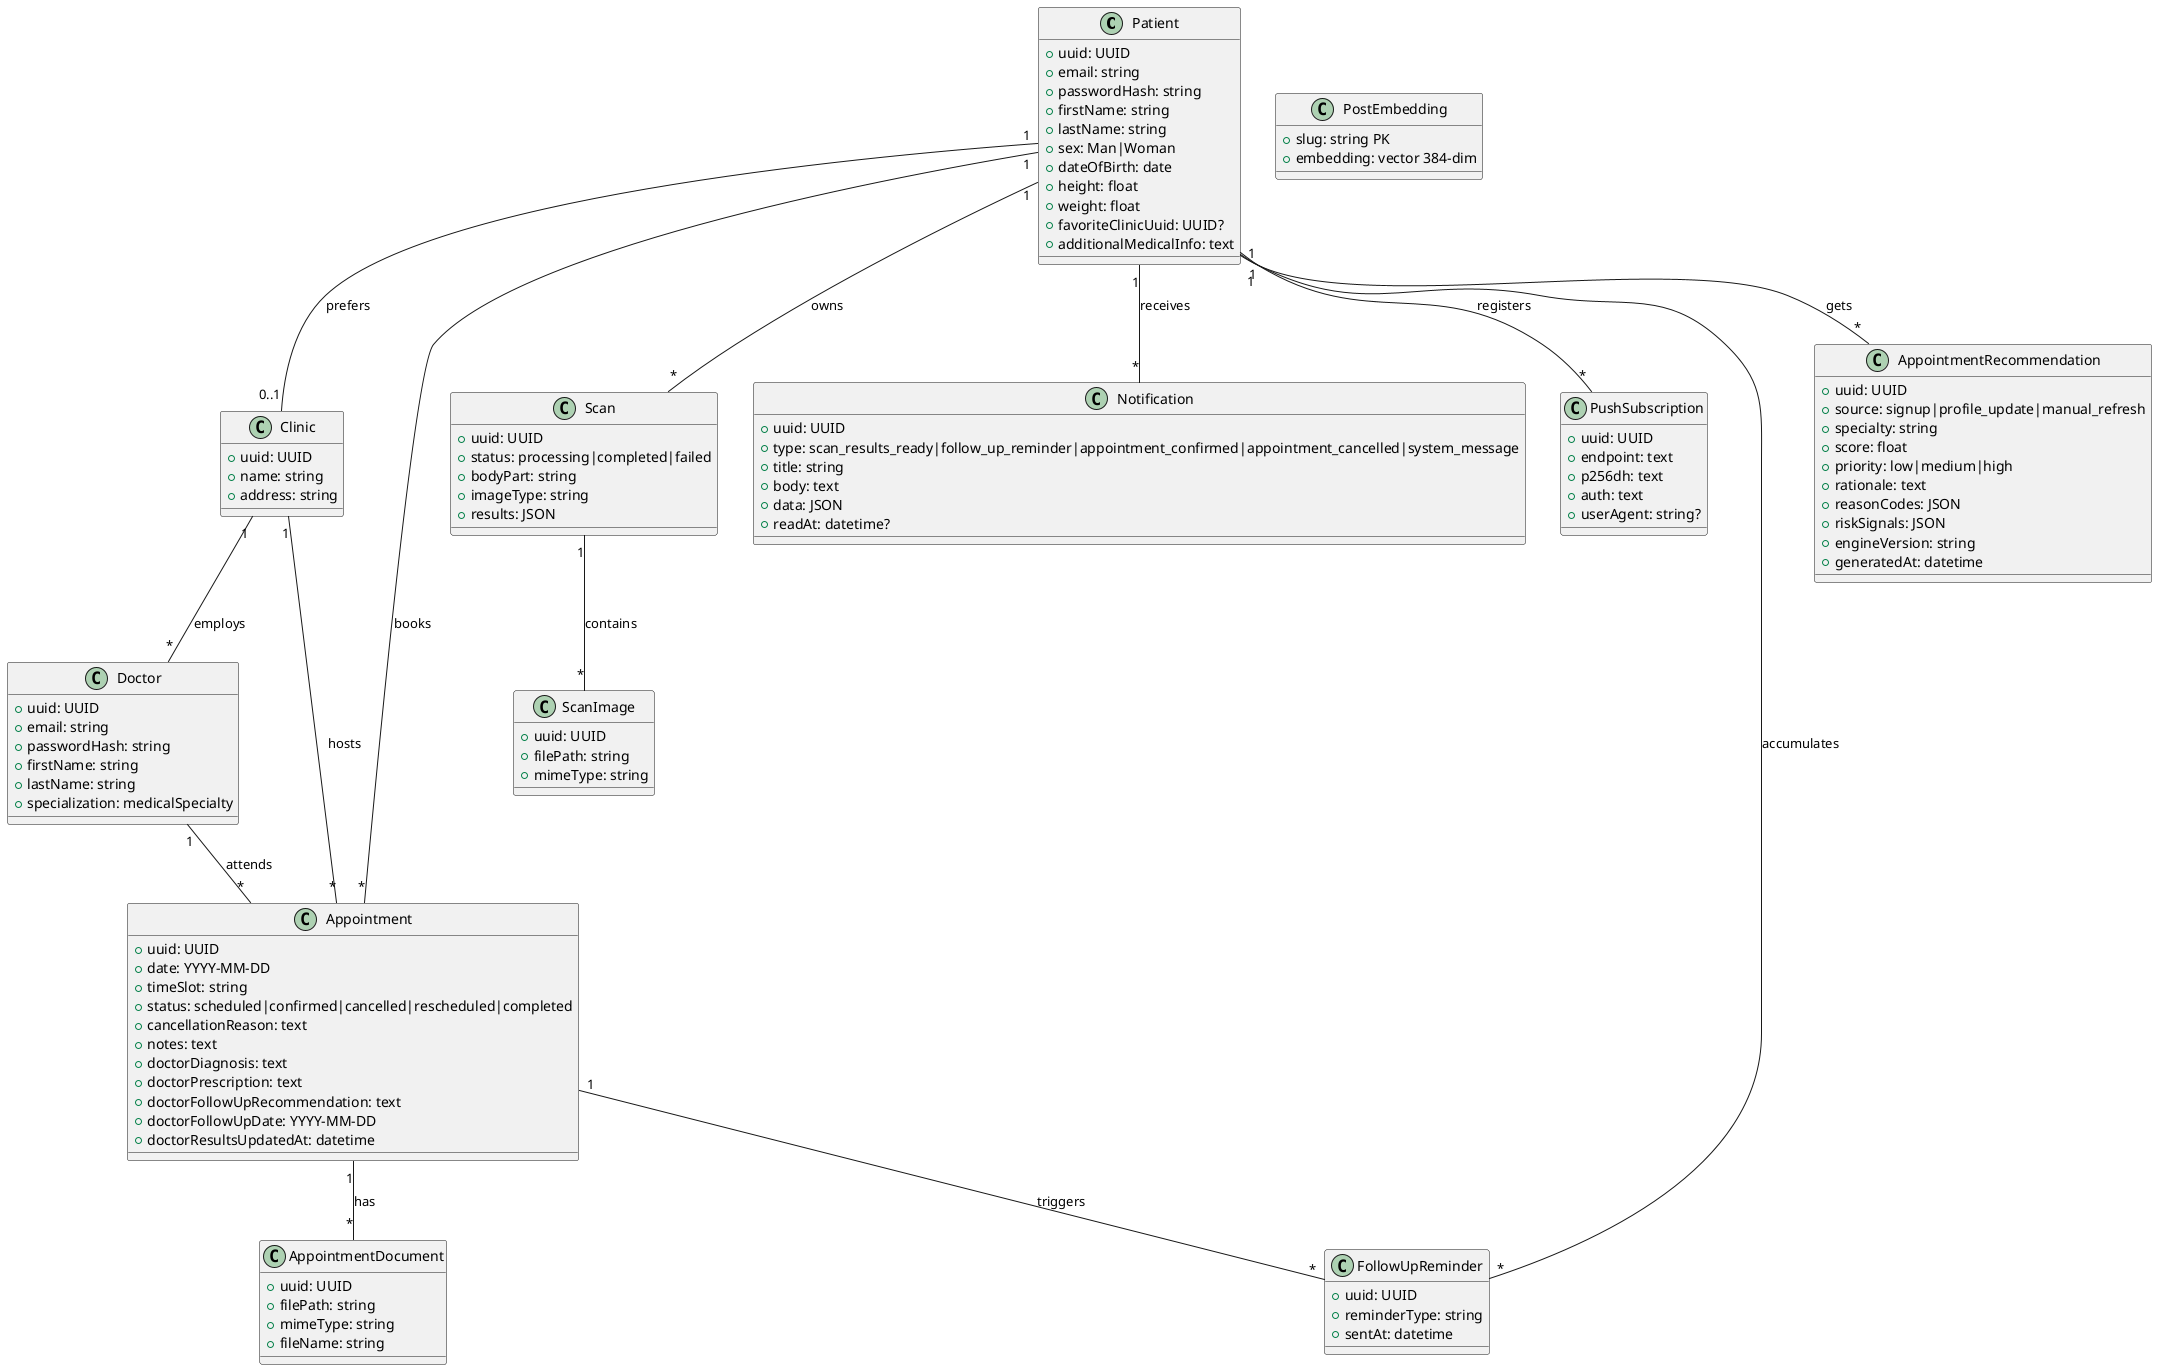
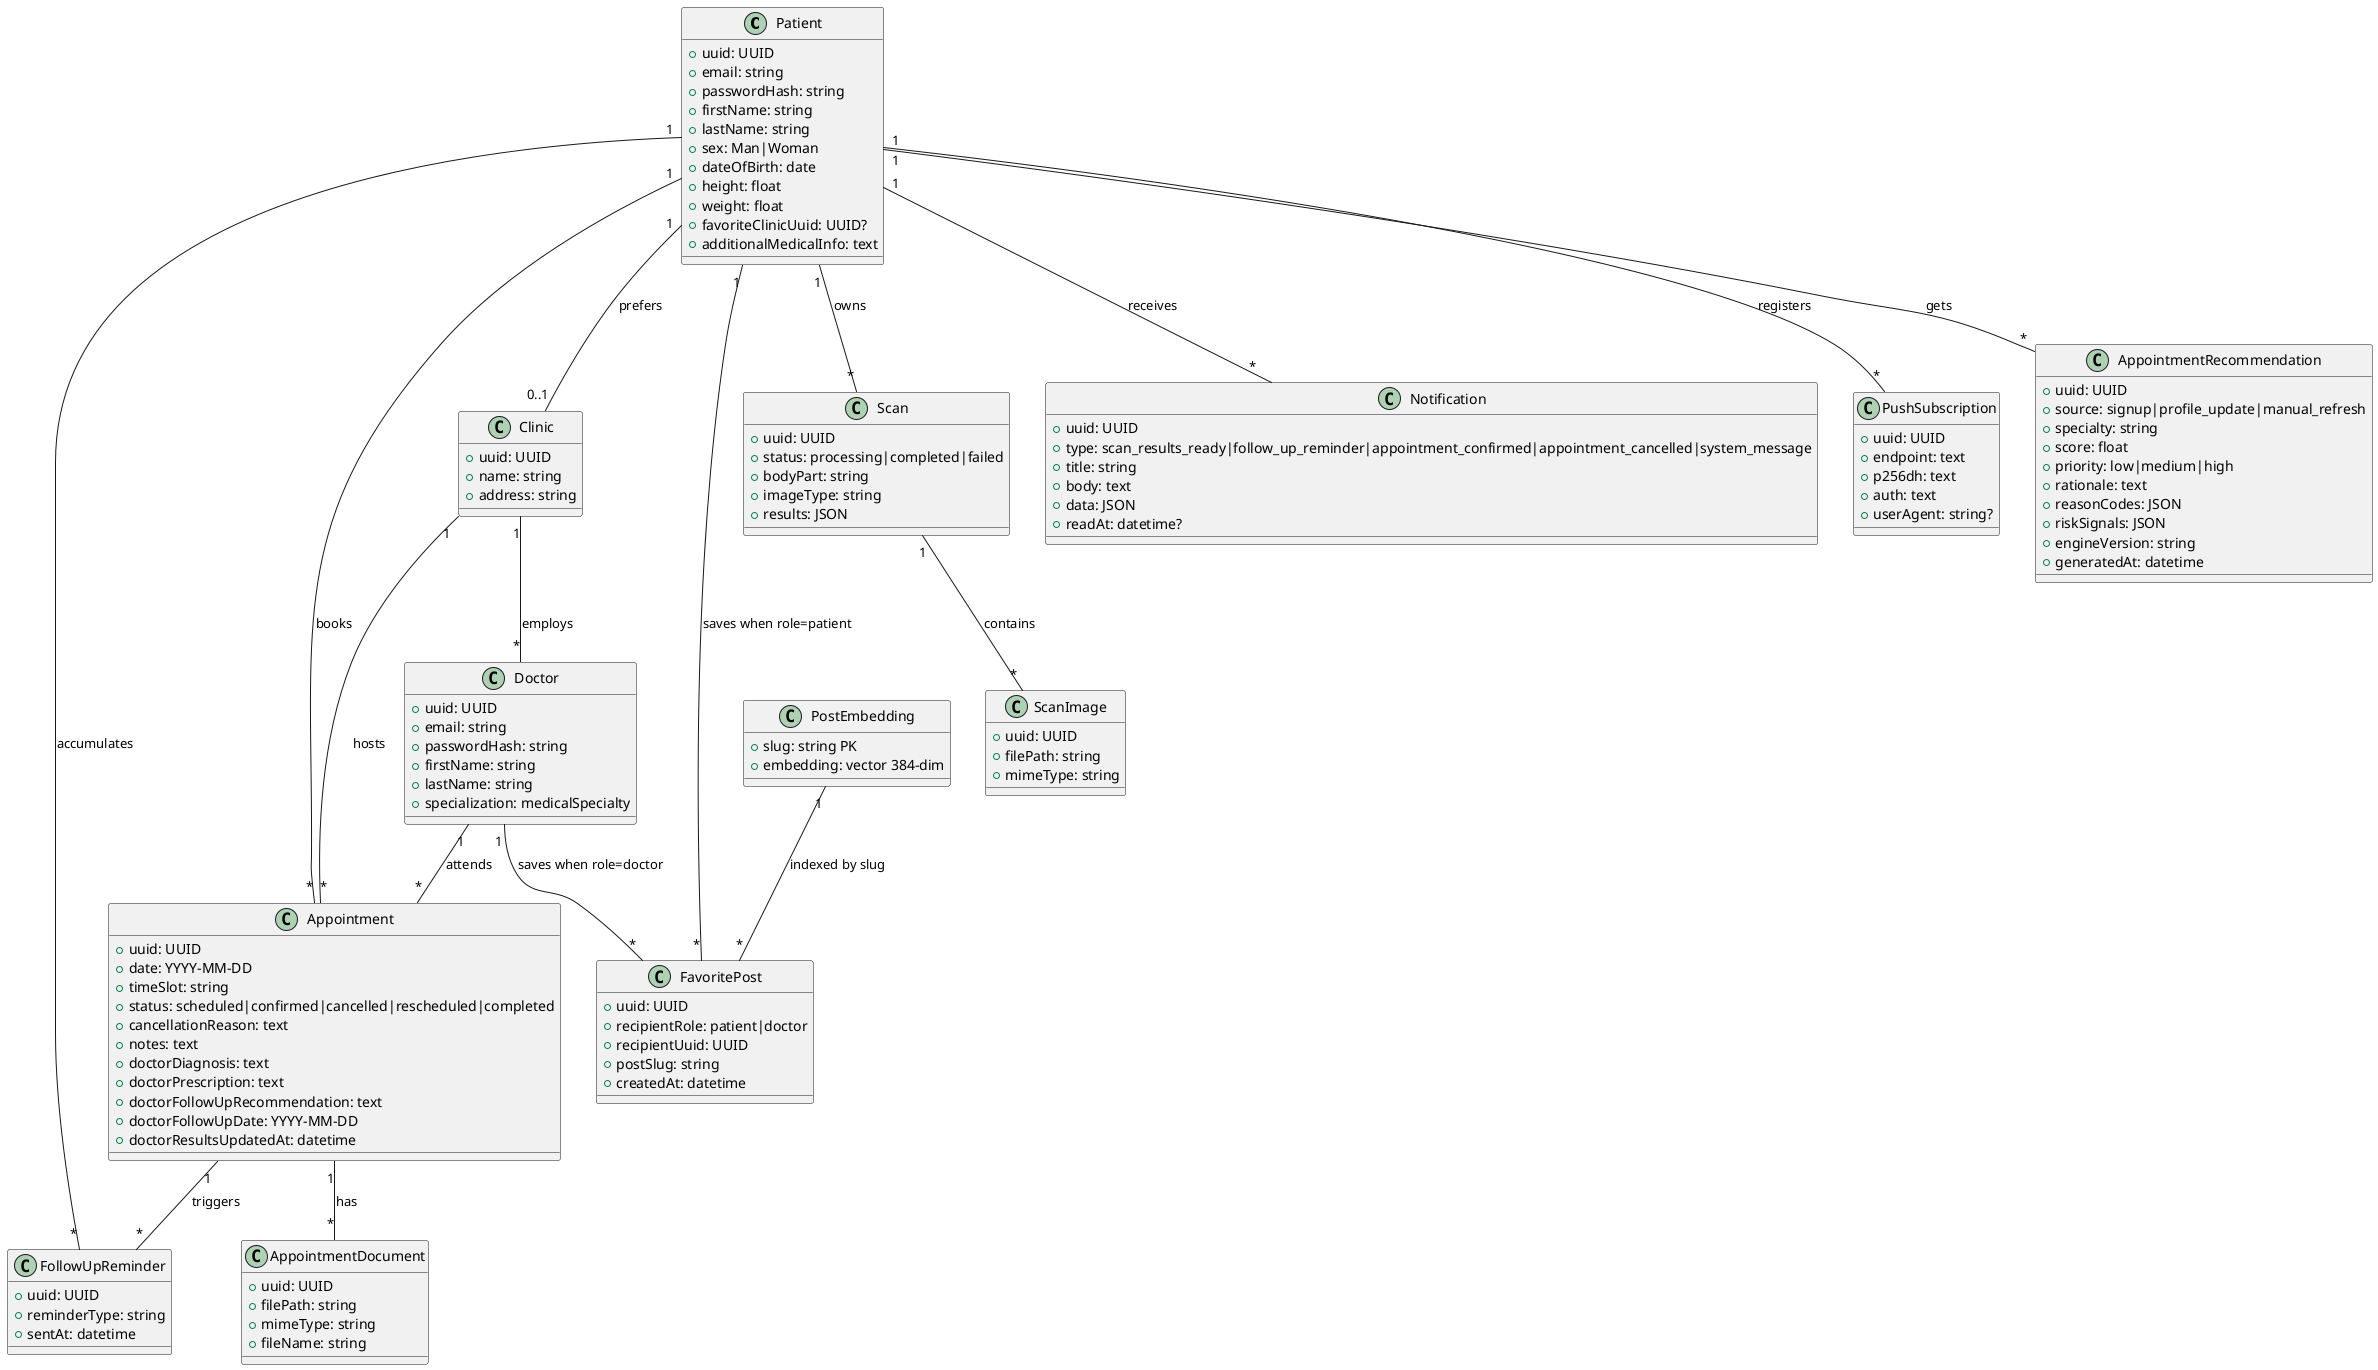
@startuml
class Patient {
  +uuid: UUID
  +email: string
  +passwordHash: string
  +firstName: string
  +lastName: string
  +sex: Man|Woman
  +dateOfBirth: date
  +height: float
  +weight: float
  +favoriteClinicUuid: UUID?
  +additionalMedicalInfo: text
}

class Doctor {
  +uuid: UUID
  +email: string
  +passwordHash: string
  +firstName: string
  +lastName: string
  +specialization: medicalSpecialty
}

class Clinic {
  +uuid: UUID
  +name: string
  +address: string
}

class Appointment {
  +uuid: UUID
  +date: YYYY-MM-DD
  +timeSlot: string
  +status: scheduled|confirmed|cancelled|rescheduled|completed
  +cancellationReason: text
  +notes: text
  +doctorDiagnosis: text
  +doctorPrescription: text
  +doctorFollowUpRecommendation: text
  +doctorFollowUpDate: YYYY-MM-DD
  +doctorResultsUpdatedAt: datetime
}

class AppointmentDocument {
  +uuid: UUID
  +filePath: string
  +mimeType: string
  +fileName: string
}

class Scan {
  +uuid: UUID
  +status: processing|completed|failed
  +bodyPart: string
  +imageType: string
  +results: JSON
}

class ScanImage {
  +uuid: UUID
  +filePath: string
  +mimeType: string
}

class Notification {
  +uuid: UUID
  +type: scan_results_ready|follow_up_reminder|appointment_confirmed|appointment_cancelled|system_message
  +title: string
  +body: text
  +data: JSON
  +readAt: datetime?
}

class PushSubscription {
  +uuid: UUID
  +endpoint: text
  +p256dh: text
  +auth: text
  +userAgent: string?
}

class FollowUpReminder {
  +uuid: UUID
  +reminderType: string
  +sentAt: datetime
}

class AppointmentRecommendation {
  +uuid: UUID
  +source: signup|profile_update|manual_refresh
  +specialty: string
  +score: float
  +priority: low|medium|high
  +rationale: text
  +reasonCodes: JSON
  +riskSignals: JSON
  +engineVersion: string
  +generatedAt: datetime
}

class PostEmbedding {
  +slug: string PK
  +embedding: vector 384-dim
}

+ class FavoritePost {
+   +uuid: UUID
+   +recipientRole: patient|doctor
+   +recipientUuid: UUID
+   +postSlug: string
+   +createdAt: datetime
+ }
+ 
Clinic "1" -- "*" Doctor : employs
Clinic "1" -- "*" Appointment : hosts
Patient "1" -- "0..1" Clinic : prefers
Patient "1" -- "*" Appointment : books
Doctor "1" -- "*" Appointment : attends
Appointment "1" -- "*" AppointmentDocument : has
Patient "1" -- "*" Scan : owns
Scan "1" -- "*" ScanImage : contains
Patient "1" -- "*" Notification : receives
Patient "1" -- "*" PushSubscription : registers
Patient "1" -- "*" FollowUpReminder : accumulates
Appointment "1" -- "*" FollowUpReminder : triggers
Patient "1" -- "*" AppointmentRecommendation : gets
+ PostEmbedding "1" -- "*" FavoritePost : indexed by slug
+ Patient "1" -- "*" FavoritePost : saves when role=patient
+ Doctor "1" -- "*" FavoritePost : saves when role=doctor

@enduml